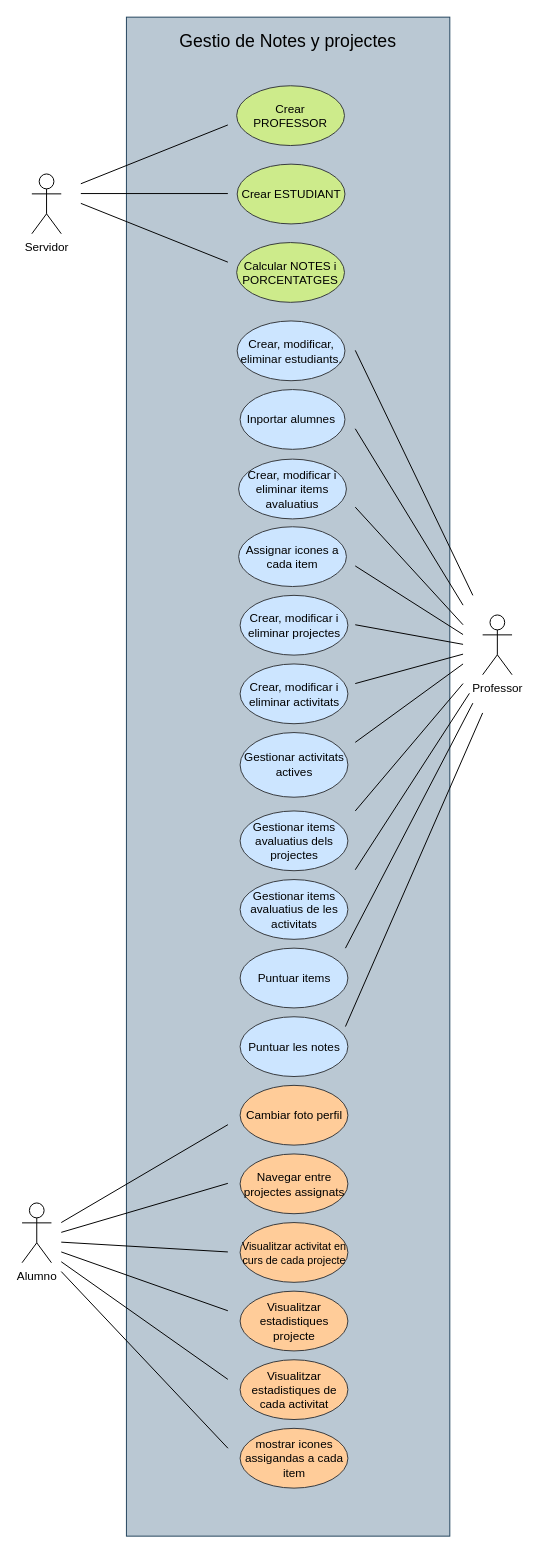
MiguelGallardoRevaliente/Micro02 keeps this draw.io diagram as Micro02-UML.drawio. Above is the earlier version. Source tidied: cells renumbered, new cells numbered last; positions are measured from the earlier drawing's top-left corner, leaving out a move shared by most shapes. Both pictures are drawn from the tidied source at 98%, with x=0, y=0 at pixel (22, 17).
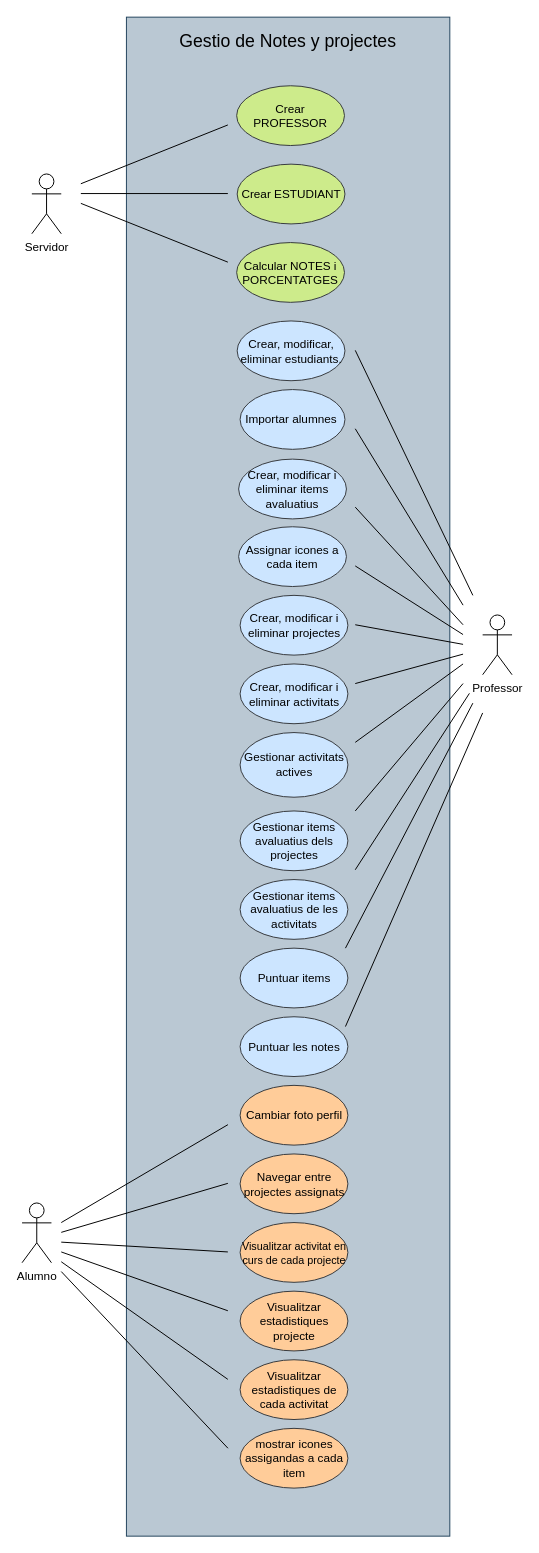
The same page after the edit.

What changed in the source:
```diff
@@
-    <mxCell id="7" value="Inportar alumnes&amp;nbsp;" style="ellipse;whiteSpace=wrap;html=1;fillColor=#cce5ff;strokeColor=#36393d;" parent="1" vertex="1">
+    <mxCell id="7" value="Importar alumnes&amp;nbsp;" style="ellipse;whiteSpace=wrap;html=1;fillColor=#cce5ff;strokeColor=#36393d;" parent="1" vertex="1">
       <mxGeometry x="222.5" y="380" width="107" height="61" as="geometry" />
     </mxCell>
```
